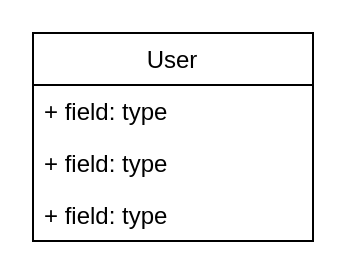
Before: diagrams/schemas.drawio in KonsumGandalf/AsteoBackend, a draw.io diagram. Source tidied: cells renumbered, new cells numbered last; positions are measured from the earlier drawing's top-left corner, leaving out a move shared by most shapes. Both pictures are drawn from the tidied source at 200%, with x=0, y=0 at pixel (32, 32).
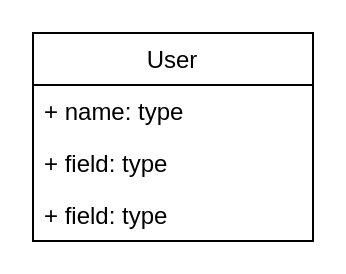
The same page after the edit.

The edit, as a diff of the source:
```diff
@@
 <mxGraphModel>
   <root>
     <mxCell id="0" />
     <mxCell id="1" parent="0" />
     <mxCell id="2" value="User" style="swimlane;fontStyle=0;horizontal=1;startSize=26;fillColor=none;" parent="1" vertex="1">
       <mxGeometry width="140" height="104" as="geometry" />
     </mxCell>
-    <mxCell id="3" value="+ field: type" style="text;strokeColor=none;fillColor=none;align=left;verticalAlign=top;spacingLeft=4;spacingRight=4;overflow=hidden;" parent="2" vertex="1">
+    <mxCell id="3" value="+ name: type" style="text;strokeColor=none;fillColor=none;align=left;verticalAlign=top;spacingLeft=4;spacingRight=4;overflow=hidden;" parent="2" vertex="1">
       <mxGeometry y="26" width="140" height="26" as="geometry" />
     </mxCell>
     <mxCell id="4" value="+ field: type" style="text;strokeColor=none;fillColor=none;align=left;verticalAlign=top;spacingLeft=4;spacingRight=4;overflow=hidden;" parent="2" vertex="1">
       <mxGeometry y="52" width="140" height="26" as="geometry" />
     </mxCell>
     <mxCell id="5" value="+ field: type" style="text;strokeColor=none;fillColor=none;align=left;verticalAlign=top;spacingLeft=4;spacingRight=4;overflow=hidden;" parent="2" vertex="1">
       <mxGeometry y="78" width="140" height="26" as="geometry" />
     </mxCell>
   </root>
 </mxGraphModel>
```
